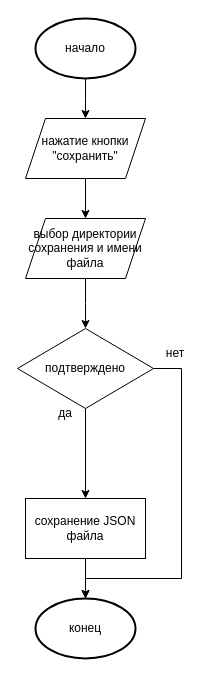
Above: page "_Сохранение_" (2 of 4) of _Блок_Схемы_Эдуард_.drawio in Elvinofficial/CSUICharts (draw.io), before the change. Source tidied: cells renumbered, new cells numbered last; positions are measured from the earlier drawing's top-left corner, leaving out a move shared by most shapes. Both pictures are drawn from the tidied source at 100%, with x=0, y=0 at pixel (17, 18).
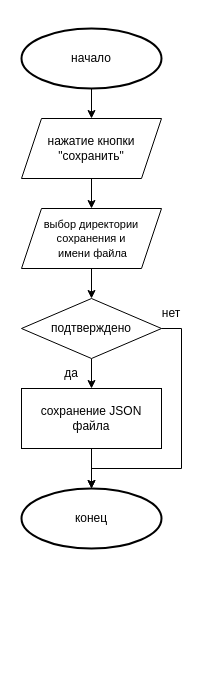
Above is the later version.

Change to the diagram source:
```diff
@@
 <mxGraphModel>
   <root>
     <mxCell id="0" />
     <mxCell id="1" parent="0" />
-    <mxCell id="2" style="edgeStyle=orthogonalEdgeStyle;rounded=0;jettySize=auto;html=1;entryX=0.5;entryY=0;entryDx=0;entryDy=0;" parent="1" edge="1" source="3">
-      <mxGeometry relative="1" as="geometry">
-        <mxPoint x="68" y="100" as="targetPoint" />
-      </mxGeometry>
-    </mxCell>
+    <mxCell id="16" style="edgeStyle=orthogonalEdgeStyle;rounded=0;jettySize=auto;html=1;" parent="1" edge="1" source="3" target="5">
+      <mxGeometry relative="1" as="geometry" />
+    </mxCell>
     <mxCell id="3" value="начало" style="strokeWidth=2;html=1;shape=mxgraph.flowchart.start_1;whiteSpace=wrap;" parent="1" vertex="1">
-      <mxGeometry x="18" width="100" height="60" as="geometry" />
+      <mxGeometry x="4" y="10" width="140" height="60" as="geometry" />
     </mxCell>
     <mxCell id="4" style="edgeStyle=orthogonalEdgeStyle;rounded=0;jettySize=auto;html=1;" parent="1" edge="1" source="5" target="7">
       <mxGeometry relative="1" as="geometry" />
     </mxCell>
     <mxCell id="5" value="нажатие кнопки &quot;сохранить&quot;" style="shape=parallelogram;perimeter=parallelogramPerimeter;whiteSpace=wrap;html=1;fixedSize=1;" parent="1" vertex="1">
-      <mxGeometry x="8" y="100" width="120" height="60" as="geometry" />
+      <mxGeometry x="4" y="100" width="140" height="60" as="geometry" />
     </mxCell>
-    <mxCell id="6" style="edgeStyle=orthogonalEdgeStyle;rounded=0;jettySize=auto;html=1;" parent="1" edge="1" source="7">
-      <mxGeometry relative="1" as="geometry">
-        <mxPoint x="68" y="310" as="targetPoint" />
-      </mxGeometry>
-    </mxCell>
+    <mxCell id="17" style="edgeStyle=orthogonalEdgeStyle;rounded=0;jettySize=auto;html=1;" parent="1" edge="1" source="7" target="12">
+      <mxGeometry relative="1" as="geometry" />
+    </mxCell>
-    <mxCell id="7" value="выбор директории сохранения и имени файла" style="shape=parallelogram;perimeter=parallelogramPerimeter;whiteSpace=wrap;html=1;fixedSize=1;" parent="1" vertex="1">
-      <mxGeometry x="8" y="200" width="120" height="60" as="geometry" />
+    <mxCell id="7" value="&lt;font style=&quot;font-size: 11px;&quot;&gt;выбор директории сохранения и&lt;/font&gt;&lt;div&gt;&lt;font style=&quot;font-size: 11px;&quot;&gt;&amp;nbsp;имени файла&lt;/font&gt;&lt;/div&gt;" style="shape=parallelogram;perimeter=parallelogramPerimeter;whiteSpace=wrap;html=1;fixedSize=1;" parent="1" vertex="1">
+      <mxGeometry x="4" y="190" width="140" height="60" as="geometry" />
     </mxCell>
     <mxCell id="8" style="edgeStyle=orthogonalEdgeStyle;rounded=0;jettySize=auto;html=1;" parent="1" edge="1" source="9" target="10">
       <mxGeometry relative="1" as="geometry" />
     </mxCell>
     <mxCell id="9" value="сохранение JSON файла" style="rounded=0;whiteSpace=wrap;html=1;" parent="1" vertex="1">
-      <mxGeometry x="8" y="480" width="120" height="60" as="geometry" />
+      <mxGeometry x="4" y="370" width="140" height="60" as="geometry" />
     </mxCell>
     <mxCell id="10" value="конец" style="strokeWidth=2;html=1;shape=mxgraph.flowchart.start_1;whiteSpace=wrap;" parent="1" vertex="1">
-      <mxGeometry x="18" y="580" width="100" height="60" as="geometry" />
+      <mxGeometry x="4" y="470" width="140" height="60" as="geometry" />
     </mxCell>
     <mxCell id="11" style="edgeStyle=orthogonalEdgeStyle;rounded=0;jettySize=auto;html=1;" parent="1" edge="1" source="12" target="9">
       <mxGeometry relative="1" as="geometry" />
     </mxCell>
     <mxCell id="12" value="подтверждено" style="rhombus;whiteSpace=wrap;html=1;" parent="1" vertex="1">
-      <mxGeometry y="310" width="136" height="80" as="geometry" />
+      <mxGeometry x="4" y="280" width="140" height="60" as="geometry" />
     </mxCell>
-    <mxCell id="13" style="edgeStyle=orthogonalEdgeStyle;rounded=0;jettySize=auto;html=1;entryX=0.5;entryY=0;entryDx=0;entryDy=0;entryPerimeter=0;" parent="1" edge="1" source="12" target="10">
-      <mxGeometry relative="1" as="geometry">
-        <Array as="points">
-          <mxPoint x="164" y="350" />
-          <mxPoint x="164" y="560" />
-          <mxPoint x="68" y="560" />
-        </Array>
-      </mxGeometry>
-    </mxCell>
     <mxCell id="14" value="да" style="text;html=1;whiteSpace=wrap;strokeColor=none;fillColor=none;align=center;verticalAlign=middle;rounded=0;" parent="1" vertex="1">
-      <mxGeometry x="18" y="380" width="60" height="30" as="geometry" />
+      <mxGeometry x="24" y="340" width="60" height="30" as="geometry" />
     </mxCell>
     <mxCell id="15" value="нет" style="text;html=1;whiteSpace=wrap;strokeColor=none;fillColor=none;align=center;verticalAlign=middle;rounded=0;" parent="1" vertex="1">
-      <mxGeometry x="128" y="320" width="60" height="30" as="geometry" />
+      <mxGeometry x="124" y="280" width="60" height="30" as="geometry" />
     </mxCell>
+    <mxCell id="13" style="edgeStyle=orthogonalEdgeStyle;rounded=0;jettySize=auto;html=1;entryX=0.5;entryY=0;entryDx=0;entryDy=0;entryPerimeter=0;" parent="1" edge="1" source="12" target="10">
+      <mxGeometry relative="1" as="geometry">
+        <Array as="points">
+          <mxPoint x="164" y="310" />
+          <mxPoint x="164" y="450" />
+          <mxPoint x="74" y="450" />
+        </Array>
+      </mxGeometry>
+    </mxCell>
   </root>
 </mxGraphModel>
```
